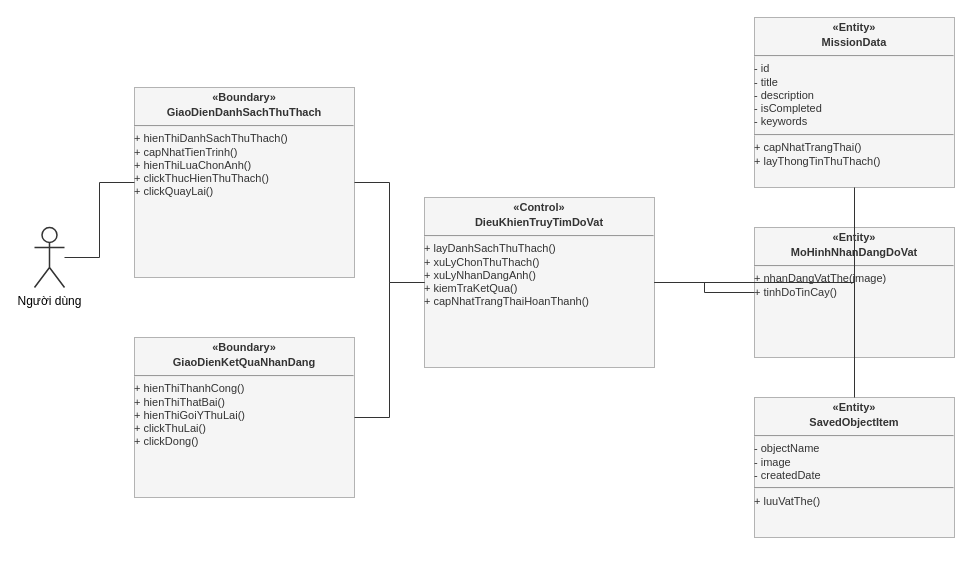
Earlier version of the draw.io diagram docs/AC/analysis_class_diagram_treasure_hunt.drawio (mitiie/KidX). Source tidied: cells renumbered, new cells numbered last; positions are measured from the earlier drawing's top-left corner, leaving out a move shared by most shapes. Both pictures are drawn from the tidied source at 100%, with x=0, y=0 at pixel (34, 17).
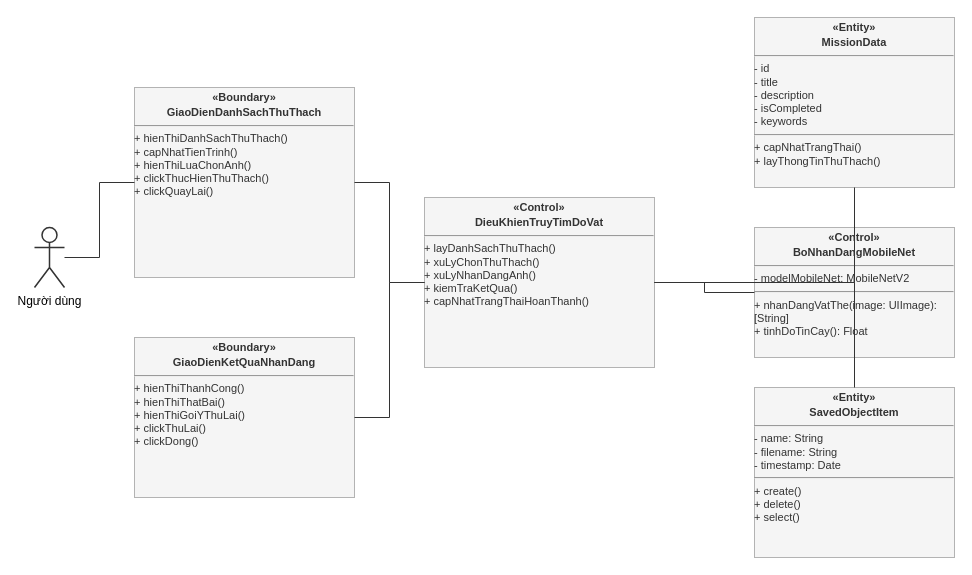
The same diagram, later.

What changed in the source:
```diff
@@
 <mxGraphModel>
   <root>
     <mxCell id="0" />
     <mxCell id="1" parent="0" />
     <mxCell id="2" value="Người dùng" style="shape=umlActor;verticalLabelPosition=bottom;verticalAlign=top;html=1;outlineConnect=0;strokeColor=#333333;strokeWidth=1.5;" parent="1" vertex="1">
       <mxGeometry y="210" width="30" height="60" as="geometry" />
     </mxCell>
     <mxCell id="3" value="&lt;p style=&quot;margin:0px;margin-top:4px;text-align:center;&quot;&gt;&lt;b&gt;«Boundary»&lt;/b&gt;&lt;/p&gt; &lt;p style=&quot;margin:0px;margin-top:2px;text-align:center;&quot;&gt;&lt;b&gt;GiaoDienDanhSachThuThach&lt;/b&gt;&lt;/p&gt; &lt;hr&gt; + hienThiDanhSachThuThach()&lt;br&gt; + capNhatTienTrinh()&lt;br&gt; + hienThiLuaChonAnh()&lt;br&gt; + clickThucHienThuThach()&lt;br&gt; + clickQuayLai()" style="verticalAlign=top;align=left;overflow=fill;html=1;whiteSpace=wrap;rounded=0;fillColor=#f5f5f5;strokeColor=#b3b3b3;fontColor=#333333;fontSize=11;" parent="1" vertex="1">
       <mxGeometry x="100" y="70" width="220" height="190" as="geometry" />
     </mxCell>
     <mxCell id="4" value="&lt;p style=&quot;margin:0px;margin-top:4px;text-align:center;&quot;&gt;&lt;b&gt;«Boundary»&lt;/b&gt;&lt;/p&gt; &lt;p style=&quot;margin:0px;margin-top:2px;text-align:center;&quot;&gt;&lt;b&gt;GiaoDienKetQuaNhanDang&lt;/b&gt;&lt;/p&gt; &lt;hr&gt; + hienThiThanhCong()&lt;br&gt; + hienThiThatBai()&lt;br&gt; + hienThiGoiYThuLai()&lt;br&gt; + clickThuLai()&lt;br&gt; + clickDong()" style="verticalAlign=top;align=left;overflow=fill;html=1;whiteSpace=wrap;rounded=0;fillColor=#f5f5f5;strokeColor=#b3b3b3;fontColor=#333333;fontSize=11;" parent="1" vertex="1">
       <mxGeometry x="100" y="320" width="220" height="160" as="geometry" />
     </mxCell>
     <mxCell id="5" value="&lt;p style=&quot;margin:0px;margin-top:4px;text-align:center;&quot;&gt;&lt;b&gt;«Control»&lt;/b&gt;&lt;/p&gt; &lt;p style=&quot;margin:0px;margin-top:2px;text-align:center;&quot;&gt;&lt;b&gt;DieuKhienTruyTimDoVat&lt;/b&gt;&lt;/p&gt; &lt;hr&gt; + layDanhSachThuThach()&lt;br&gt; + xuLyChonThuThach()&lt;br&gt; + xuLyNhanDangAnh()&lt;br&gt; + kiemTraKetQua()&lt;br&gt; + capNhatTrangThaiHoanThanh()" style="verticalAlign=top;align=left;overflow=fill;html=1;whiteSpace=wrap;rounded=0;fillColor=#f5f5f5;strokeColor=#b3b3b3;fontColor=#333333;fontSize=11;" parent="1" vertex="1">
       <mxGeometry x="390" y="180" width="230" height="170" as="geometry" />
     </mxCell>
     <mxCell id="6" value="&lt;p style=&quot;margin:0px;margin-top:4px;text-align:center;&quot;&gt;&lt;b&gt;«Entity»&lt;/b&gt;&lt;/p&gt; &lt;p style=&quot;margin:0px;margin-top:2px;text-align:center;&quot;&gt;&lt;b&gt;MissionData&lt;/b&gt;&lt;/p&gt; &lt;hr&gt; - id&lt;br&gt; - title&lt;br&gt; - description&lt;br&gt; - isCompleted&lt;br&gt; - keywords &lt;hr&gt; + capNhatTrangThai()&lt;br&gt; + layThongTinThuThach()" style="verticalAlign=top;align=left;overflow=fill;html=1;whiteSpace=wrap;rounded=0;fillColor=#f5f5f5;strokeColor=#b3b3b3;fontColor=#333333;fontSize=11;" parent="1" vertex="1">
       <mxGeometry x="720" width="200" height="170" as="geometry" />
     </mxCell>
-    <mxCell id="7" value="&lt;p style=&quot;margin:0px;margin-top:4px;text-align:center;&quot;&gt;&lt;b&gt;«Entity»&lt;/b&gt;&lt;/p&gt; &lt;p style=&quot;margin:0px;margin-top:2px;text-align:center;&quot;&gt;&lt;b&gt;MoHinhNhanDangDoVat&lt;/b&gt;&lt;/p&gt; &lt;hr&gt; + nhanDangVatThe(image)&lt;br&gt; + tinhDoTinCay()" style="verticalAlign=top;align=left;overflow=fill;html=1;whiteSpace=wrap;rounded=0;fillColor=#f5f5f5;strokeColor=#b3b3b3;fontColor=#333333;fontSize=11;" parent="1" vertex="1">
-      <mxGeometry x="720" y="210" width="200" height="130" as="geometry" />
-    </mxCell>
+    <mxCell id="15" value="&lt;p style=&quot;margin:0px;margin-top:4px;text-align:center;&quot;&gt;&lt;b&gt;«Control»&lt;/b&gt;&lt;/p&gt; &lt;p style=&quot;margin:0px;margin-top:2px;text-align:center;&quot;&gt;&lt;b&gt;BoNhanDangMobileNet&lt;/b&gt;&lt;/p&gt; &lt;hr&gt; - modelMobileNet: MobileNetV2 &lt;hr&gt; + nhanDangVatThe(image: UIImage): [String]&lt;br&gt; + tinhDoTinCay(): Float" style="verticalAlign=top;align=left;overflow=fill;html=1;whiteSpace=wrap;rounded=0;fillColor=#f5f5f5;strokeColor=#b3b3b3;fontColor=#333333;fontSize=11;" parent="1" vertex="1">
+      <mxGeometry x="720" y="210" width="200" height="130" as="geometry" />
+    </mxCell>
-    <mxCell id="8" value="&lt;p style=&quot;margin:0px;margin-top:4px;text-align:center;&quot;&gt;&lt;b&gt;«Entity»&lt;/b&gt;&lt;/p&gt; &lt;p style=&quot;margin:0px;margin-top:2px;text-align:center;&quot;&gt;&lt;b&gt;SavedObjectItem&lt;/b&gt;&lt;/p&gt; &lt;hr&gt; - objectName&lt;br&gt; - image&lt;br&gt; - createdDate &lt;hr&gt; + luuVatThe()" style="verticalAlign=top;align=left;overflow=fill;html=1;whiteSpace=wrap;rounded=0;fillColor=#f5f5f5;strokeColor=#b3b3b3;fontColor=#333333;fontSize=11;" parent="1" vertex="1">
-      <mxGeometry x="720" y="380" width="200" height="140" as="geometry" />
+    <mxCell id="8" value="&lt;p style=&quot;margin:0px;margin-top:4px;text-align:center;&quot;&gt;&lt;b&gt;«Entity»&lt;/b&gt;&lt;/p&gt; &lt;p style=&quot;margin:0px;margin-top:2px;text-align:center;&quot;&gt;&lt;b&gt;SavedObjectItem&lt;/b&gt;&lt;/p&gt; &lt;hr&gt; - name: String&lt;br&gt; - filename: String&lt;br&gt; - timestamp: Date &lt;hr&gt; + create()&lt;br&gt; + delete()&lt;br&gt; + select()" style="verticalAlign=top;align=left;overflow=fill;html=1;whiteSpace=wrap;rounded=0;fillColor=#f5f5f5;strokeColor=#b3b3b3;fontColor=#333333;fontSize=11;" parent="1" vertex="1">
+      <mxGeometry x="720" y="370" width="200" height="170" as="geometry" />
     </mxCell>
     <mxCell id="9" style="edgeStyle=orthogonalEdgeStyle;rounded=0;html=1;strokeColor=#333333;endArrow=none;" parent="1" edge="1" source="2" target="3">
       <mxGeometry relative="1" as="geometry" />
     </mxCell>
     <mxCell id="10" style="edgeStyle=orthogonalEdgeStyle;rounded=0;html=1;strokeColor=#333333;endArrow=none;" parent="1" edge="1" source="3" target="5">
       <mxGeometry relative="1" as="geometry" />
     </mxCell>
     <mxCell id="11" style="edgeStyle=orthogonalEdgeStyle;rounded=0;html=1;strokeColor=#333333;endArrow=none;" parent="1" edge="1" source="4" target="5">
       <mxGeometry relative="1" as="geometry" />
     </mxCell>
     <mxCell id="12" style="edgeStyle=orthogonalEdgeStyle;rounded=0;html=1;strokeColor=#333333;endArrow=none;" parent="1" edge="1" source="5" target="6">
       <mxGeometry relative="1" as="geometry" />
     </mxCell>
-    <mxCell id="13" style="edgeStyle=orthogonalEdgeStyle;rounded=0;html=1;strokeColor=#333333;endArrow=none;" parent="1" edge="1" source="5" target="7">
+    <mxCell id="13" style="edgeStyle=orthogonalEdgeStyle;rounded=0;html=1;strokeColor=#333333;endArrow=none;" parent="1" edge="1" source="5" target="15">
       <mxGeometry relative="1" as="geometry" />
     </mxCell>
     <mxCell id="14" style="edgeStyle=orthogonalEdgeStyle;rounded=0;html=1;strokeColor=#333333;endArrow=none;" parent="1" edge="1" source="5" target="8">
       <mxGeometry relative="1" as="geometry" />
     </mxCell>
   </root>
 </mxGraphModel>
```
